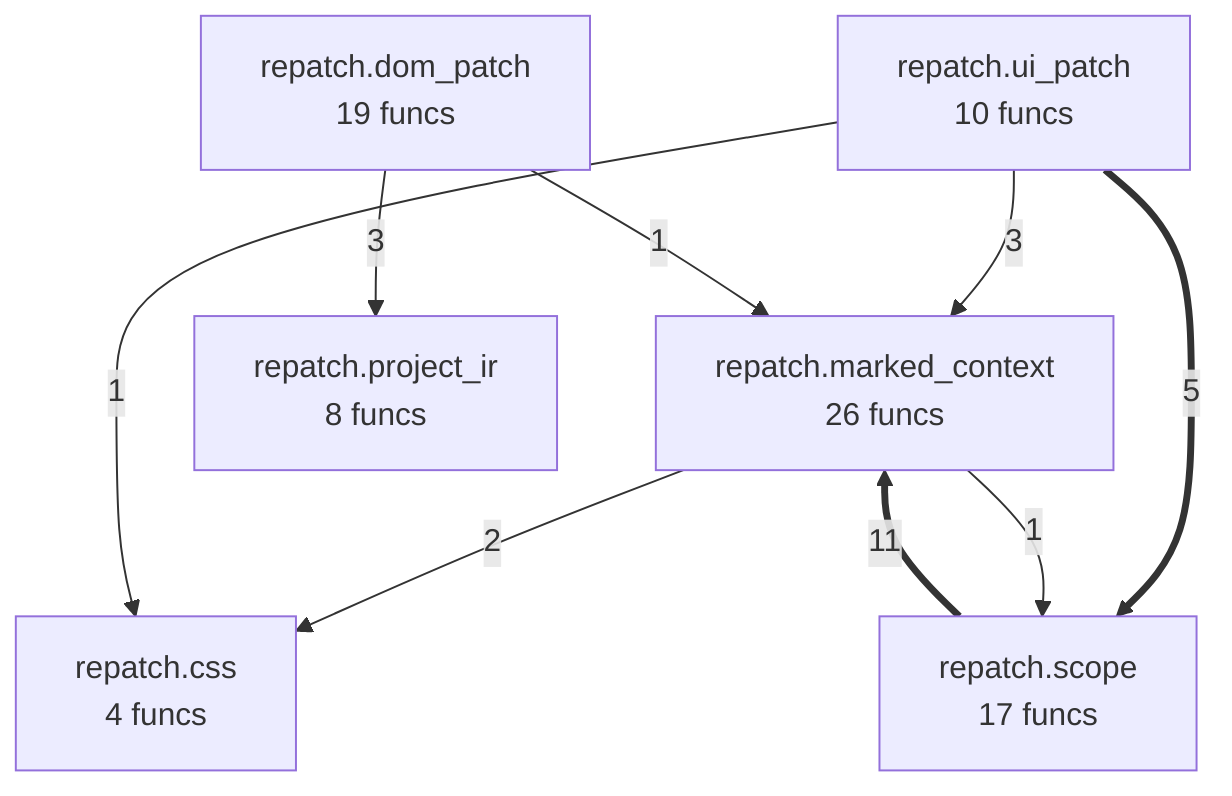
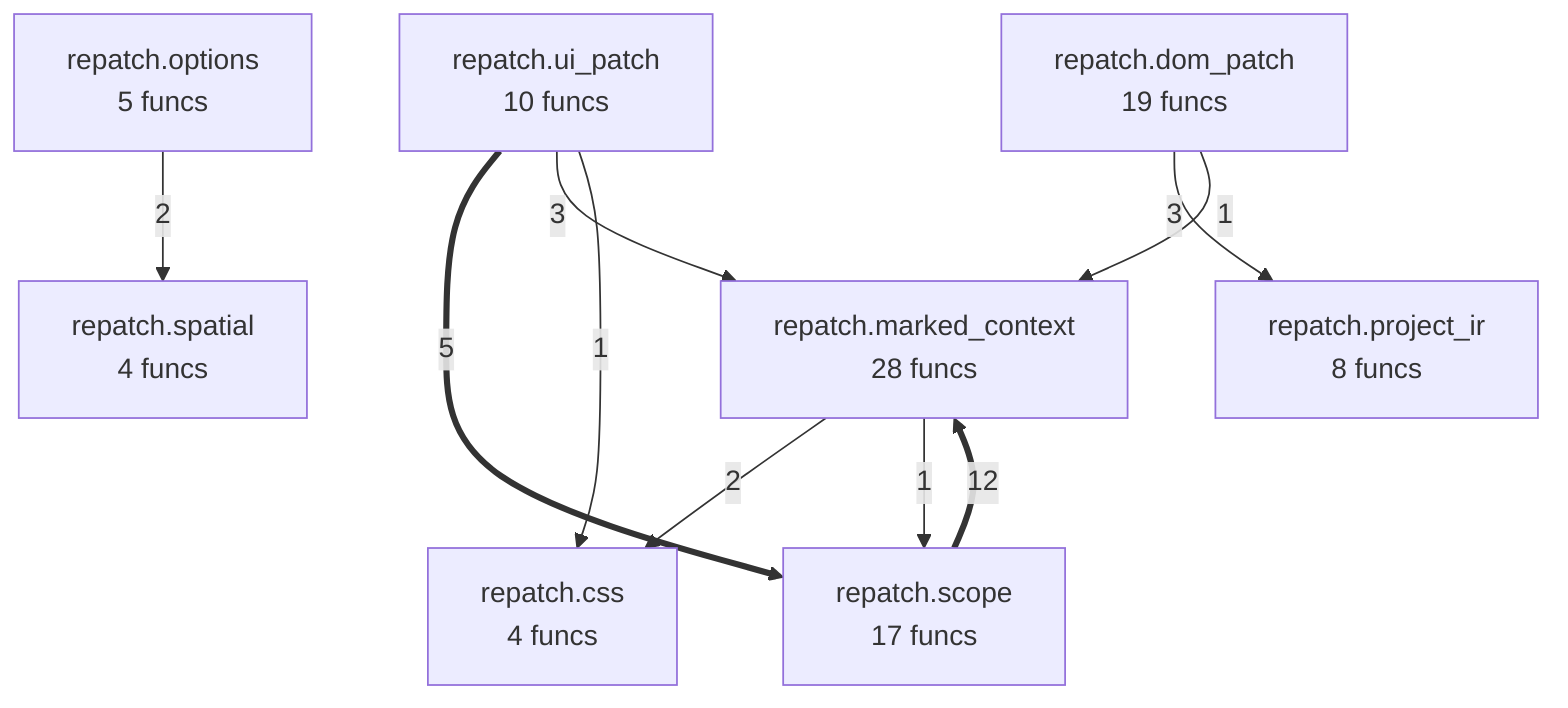
flowchart TD
%% generated in 0.00s
    repatch__css["repatch.css<br/>4 funcs"]
    repatch__dom_patch["repatch.dom_patch<br/>19 funcs"]
-     repatch__marked_context["repatch.marked_context<br/>26 funcs"]
+     repatch__marked_context["repatch.marked_context<br/>28 funcs"]
+     repatch__options["repatch.options<br/>5 funcs"]
    repatch__project_ir["repatch.project_ir<br/>8 funcs"]
    repatch__scope["repatch.scope<br/>17 funcs"]
+     repatch__spatial["repatch.spatial<br/>4 funcs"]
    repatch__ui_patch["repatch.ui_patch<br/>10 funcs"]
-     repatch__scope ==>|11| repatch__marked_context
+     repatch__scope ==>|12| repatch__marked_context
    repatch__ui_patch ==>|5| repatch__scope
    repatch__dom_patch -->|3| repatch__project_ir
    repatch__ui_patch -->|3| repatch__marked_context
    repatch__marked_context -->|2| repatch__css
+     repatch__options -->|2| repatch__spatial
    repatch__dom_patch -->|1| repatch__marked_context
    repatch__marked_context -->|1| repatch__scope
    repatch__ui_patch -->|1| repatch__css
